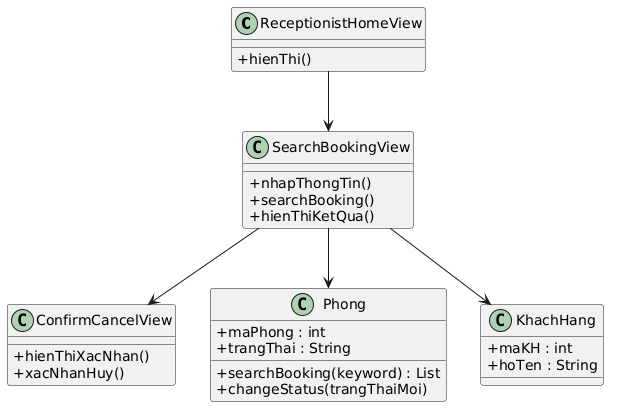
Above: output/diagrams/booking_bce_huyphong.png in thanhtrnnn/cnpm (PlantUML), before the change.
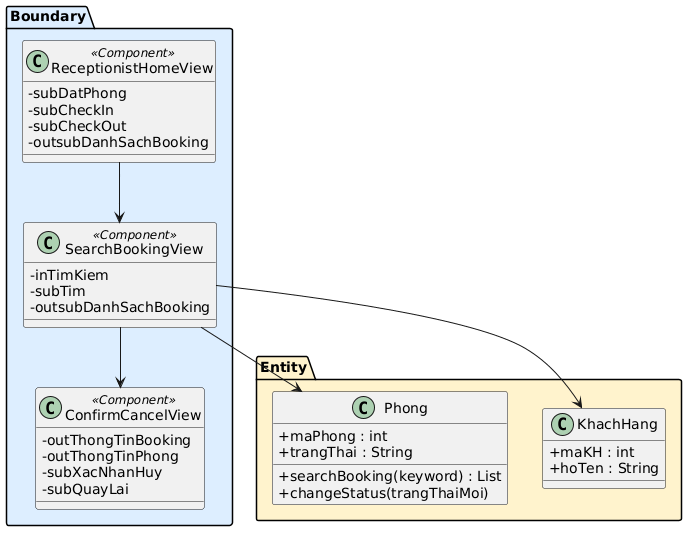
The same file after the commit.

Commit message:
fix: BCE analysis diagrams - Boundary classes have attributes only, Entity classes keep methods

What changed in the source:
```diff
@@ -1,31 +1,40 @@
 @startuml
 skinparam classAttributeIconSize 0
 
-class ReceptionistHomeView {
-  +hienThi()
+package "Boundary" #DDEEFF {
+  class ReceptionistHomeView <<Component>> {
+    -subDatPhong
+    -subCheckIn
+    -subCheckOut
+    -outsubDanhSachBooking
+  }
+
+  class SearchBookingView <<Component>> {
+    -inTimKiem
+    -subTim
+    -outsubDanhSachBooking
+  }
+
+  class ConfirmCancelView <<Component>> {
+    -outThongTinBooking
+    -outThongTinPhong
+    -subXacNhanHuy
+    -subQuayLai
+  }
 }
 
-class SearchBookingView {
-  +nhapThongTin()
-  +searchBooking()
-  +hienThiKetQua()
-}
+package "Entity" #FFF3CD {
+  class Phong {
+    +maPhong : int
+    +trangThai : String
+    +searchBooking(keyword) : List
+    +changeStatus(trangThaiMoi)
+  }
 
-class ConfirmCancelView {
-  +hienThiXacNhan()
-  +xacNhanHuy()
-}
-
-class Phong {
-  +maPhong : int
-  +trangThai : String
-  +searchBooking(keyword) : List
-  +changeStatus(trangThaiMoi)
-}
-
-class KhachHang {
-  +maKH : int
-  +hoTen : String
+  class KhachHang {
+    +maKH : int
+    +hoTen : String
+  }
 }
 
 ReceptionistHomeView --> SearchBookingView
```
